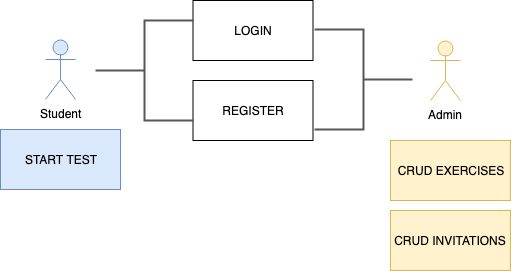
b00tc4mp/skylab-bootcamp-201901 keeps this draw.io diagram as staff/nicolas-martin/startlab/startlab-doc/images/use-cases.png. Above is the earlier version. Source tidied: cells renumbered, new cells last; positions are measured from the earlier drawing's top-left corner, leaving out a move shared by most shapes. Its diagram source:
```xml
<mxGraphModel>
  <root>
    <mxCell id="0" />
    <mxCell id="1" parent="0" />
    <mxCell id="2" value="Student&lt;br&gt;" style="shape=umlActor;verticalLabelPosition=bottom;labelBackgroundColor=#ffffff;verticalAlign=top;html=1;fillColor=#dae8fc;strokeColor=#6c8ebf;" parent="1" vertex="1">
      <mxGeometry x="45" y="39" width="30" height="60" as="geometry" />
    </mxCell>
    <mxCell id="3" value="Admin&lt;br&gt;" style="shape=umlActor;verticalLabelPosition=bottom;labelBackgroundColor=#ffffff;verticalAlign=top;html=1;fillColor=#fff2cc;strokeColor=#d6b656;" parent="1" vertex="1">
      <mxGeometry x="430" y="40" width="30" height="60" as="geometry" />
    </mxCell>
    <mxCell id="4" value="LOGIN" style="rounded=0;whiteSpace=wrap;html=1;" parent="1" vertex="1">
      <mxGeometry x="192.5" width="120" height="60" as="geometry" />
    </mxCell>
    <mxCell id="5" value="REGISTER" style="rounded=0;whiteSpace=wrap;html=1;" parent="1" vertex="1">
      <mxGeometry x="192.5" y="80" width="120" height="60" as="geometry" />
    </mxCell>
    <mxCell id="6" value="START TEST" style="rounded=0;whiteSpace=wrap;html=1;fillColor=#dae8fc;strokeColor=#6c8ebf;" parent="1" vertex="1">
      <mxGeometry y="129" width="120" height="60" as="geometry" />
    </mxCell>
    <mxCell id="7" value="CRUD EXERCISES&lt;br&gt;" style="rounded=0;whiteSpace=wrap;html=1;fillColor=#fff2cc;strokeColor=#d6b656;" parent="1" vertex="1">
      <mxGeometry x="390" y="140" width="120" height="60" as="geometry" />
    </mxCell>
    <mxCell id="8" value="CRUD INVITATIONS&lt;br&gt;" style="rounded=0;whiteSpace=wrap;html=1;fillColor=#fff2cc;strokeColor=#d6b656;" parent="1" vertex="1">
      <mxGeometry x="390" y="210" width="120" height="60" as="geometry" />
    </mxCell>
    <mxCell id="9" style="strokeWidth=2;html=1;shape=mxgraph.flowchart.annotation_2;align=left;strokeColor=#575757;" parent="1" vertex="1">
      <mxGeometry x="95" y="20" width="98" height="100" as="geometry" />
    </mxCell>
    <mxCell id="10" style="strokeWidth=2;html=1;shape=mxgraph.flowchart.annotation_2;align=left;strokeColor=#575757;rotation=180;" parent="1" vertex="1">
      <mxGeometry x="314" y="29" width="98" height="100" as="geometry" />
    </mxCell>
  </root>
</mxGraphModel>
```
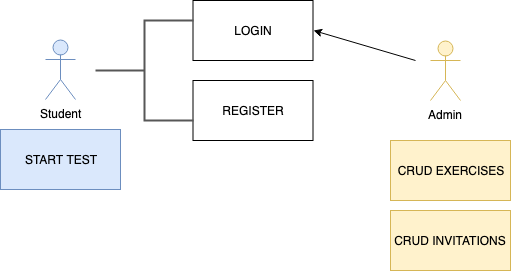
Above is the later version.

What changed in the source:
```diff
@@ -26,8 +26,10 @@
     <mxCell id="9" style="strokeWidth=2;html=1;shape=mxgraph.flowchart.annotation_2;align=left;strokeColor=#575757;" parent="1" vertex="1">
       <mxGeometry x="95" y="20" width="98" height="100" as="geometry" />
     </mxCell>
-    <mxCell id="10" style="strokeWidth=2;html=1;shape=mxgraph.flowchart.annotation_2;align=left;strokeColor=#575757;rotation=180;" parent="1" vertex="1">
-      <mxGeometry x="314" y="29" width="98" height="100" as="geometry" />
-    </mxCell>
+    <mxCell id="11" style="endArrow=classic;html=1;entryX=1;entryY=0.5;entryDx=0;entryDy=0;" parent="1" edge="1" target="4">
+      <mxGeometry relative="1" as="geometry">
+        <mxPoint x="415" y="60" as="sourcePoint" />
+      </mxGeometry>
+    </mxCell>
   </root>
 </mxGraphModel>
```
